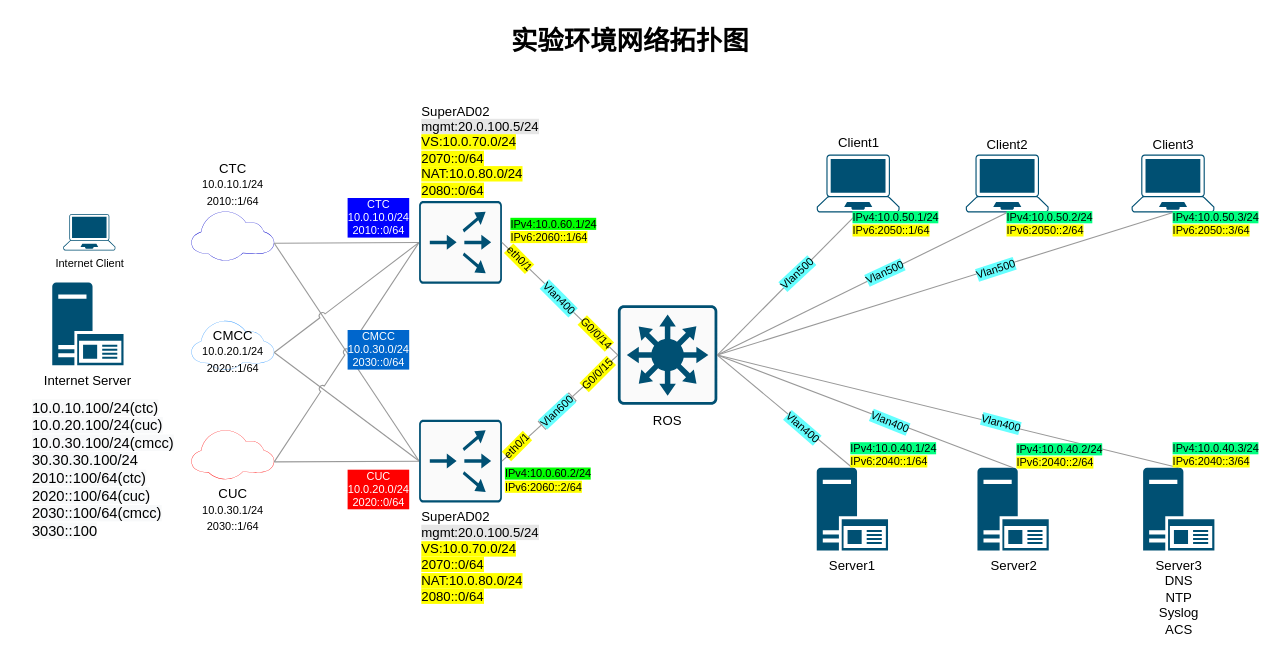
Above: page "测试环境网络拓扑图" (1 of 5) of Untitled Diagram.drawio in ahhfltj/cloud (draw.io), before the change. Source tidied: cells renumbered, new cells numbered last; positions are measured from the earlier drawing's top-left corner, leaving out a move shared by most shapes. Both pictures are drawn from the tidied source at 110%, with x=0, y=0 at pixel (19, 19).
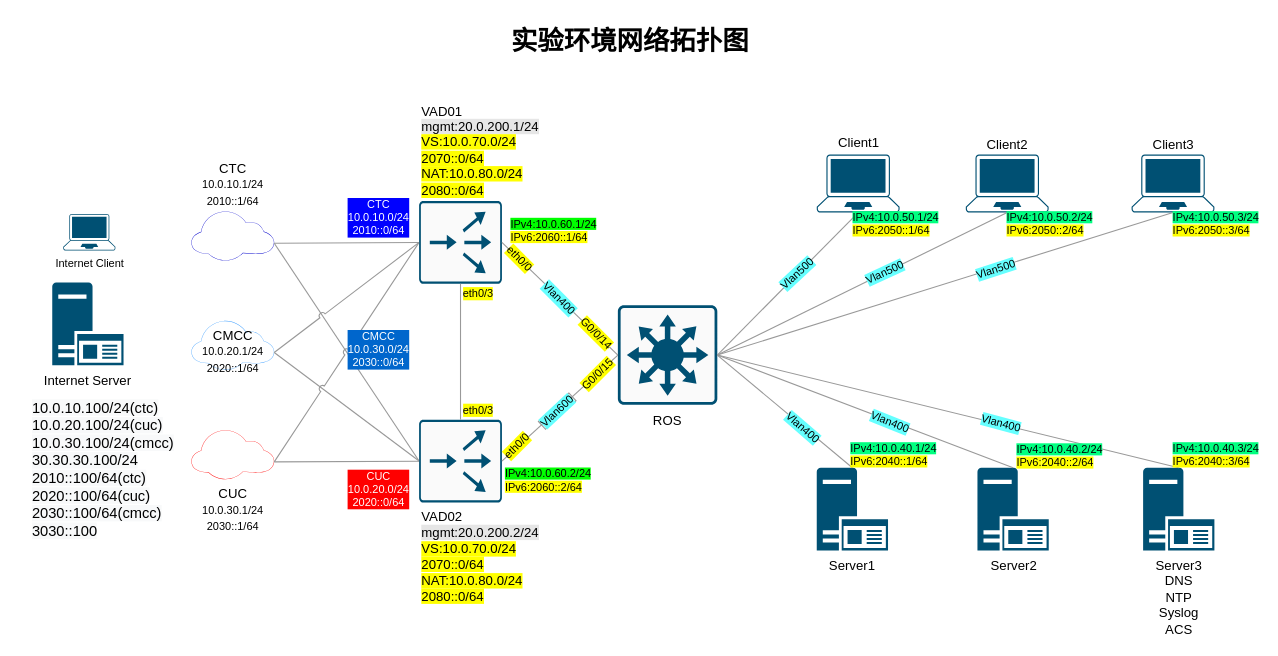
After the change.

The change refers to these unchanged cells:
```xml
<mxCell id="6" style="group;" parent="1" vertex="1">
  <mxGeometry x="107.4" y="123" width="1006.1" height="360" as="geometry" />
</mxCell>
```

What changed in the source:
```diff
@@
-    <mxCell id="14" value="SuperAD02&lt;br&gt;&lt;span style=&quot;background-color: rgb(230 , 230 , 230)&quot;&gt;mgmt:20.0.100.5/24&lt;/span&gt;&lt;br&gt;&lt;span style=&quot;background-color: rgb(255 , 255 , 0)&quot;&gt;VS:10.0.70.0/24&lt;/span&gt;&lt;div&gt;&lt;span style=&quot;background-color: rgb(255 , 255 , 0)&quot;&gt;2070::0/64&lt;/span&gt;&lt;/div&gt;&lt;span style=&quot;background-color: rgb(255 , 255 , 0)&quot;&gt;NAT:10.0.80.0/24&lt;/span&gt;&lt;div&gt;&lt;span style=&quot;background-color: rgb(255 , 255 , 0)&quot;&gt;2080::0/64&lt;/span&gt;&lt;/div&gt;" style="points=[[0.015,0.015,0],[0.985,0.015,0],[0.985,0.985,0],[0.015,0.985,0],[0.25,0,0],[0.5,0,0],[0.75,0,0],[1,0.25,0],[1,0.5,0],[1,0.75,0],[0.75,1,0],[0.5,1,0],[0.25,1,0],[0,0.75,0],[0,0.5,0],[0,0.25,0]];verticalLabelPosition=bottom;html=1;verticalAlign=top;align=left;shape=mxgraph.cisco19.rect;prIcon=content_router;fillColor=#FAFAFA;strokeColor=#005073;" parent="6" vertex="1">
+    <mxCell id="14" value="VAD02&lt;br&gt;&lt;span style=&quot;background-color: rgb(230 , 230 , 230)&quot;&gt;mgmt:20.0.200.2/24&lt;/span&gt;&lt;br&gt;&lt;span style=&quot;background-color: rgb(255 , 255 , 0)&quot;&gt;VS:10.0.70.0/24&lt;/span&gt;&lt;div&gt;&lt;span style=&quot;background-color: rgb(255 , 255 , 0)&quot;&gt;2070::0/64&lt;/span&gt;&lt;/div&gt;&lt;span style=&quot;background-color: rgb(255 , 255 , 0)&quot;&gt;NAT:10.0.80.0/24&lt;/span&gt;&lt;div&gt;&lt;span style=&quot;background-color: rgb(255 , 255 , 0)&quot;&gt;2080::0/64&lt;/span&gt;&lt;/div&gt;" style="points=[[0.015,0.015,0],[0.985,0.015,0],[0.985,0.985,0],[0.015,0.985,0],[0.25,0,0],[0.5,0,0],[0.75,0,0],[1,0.25,0],[1,0.5,0],[1,0.75,0],[0.75,1,0],[0.5,1,0],[0.25,1,0],[0,0.75,0],[0,0.5,0],[0,0.25,0]];verticalLabelPosition=bottom;html=1;verticalAlign=top;align=left;shape=mxgraph.cisco19.rect;prIcon=content_router;fillColor=#FAFAFA;strokeColor=#005073;" parent="6" vertex="1">
       <mxGeometry x="256.1" y="241" width="75.3" height="75.3" as="geometry" />
     </mxCell>
@@
-    <mxCell id="31" value="&lt;span&gt;SuperAD02&lt;/span&gt;&lt;br&gt;&lt;span style=&quot;background-color: rgb(230 , 230 , 230)&quot;&gt;mgmt:20.0.100.5/24&lt;/span&gt;&lt;br&gt;&lt;span style=&quot;background-color: rgb(255 , 255 , 0)&quot;&gt;VS:10.0.70.0/24&lt;/span&gt;&lt;div&gt;&lt;span style=&quot;background-color: rgb(255 , 255 , 0)&quot;&gt;2070::0/64&lt;/span&gt;&lt;/div&gt;&lt;span style=&quot;background-color: rgb(255 , 255 , 0)&quot;&gt;NAT:10.0.80.0/24&lt;/span&gt;&lt;div&gt;&lt;div&gt;&lt;span style=&quot;background-color: rgb(255 , 255 , 0)&quot;&gt;2080::0/64&lt;/span&gt;&lt;/div&gt;&lt;/div&gt;" style="points=[[0.015,0.015,0],[0.985,0.015,0],[0.985,0.985,0],[0.015,0.985,0],[0.25,0,0],[0.5,0,0],[0.75,0,0],[1,0.25,0],[1,0.5,0],[1,0.75,0],[0.75,1,0],[0.5,1,0],[0.25,1,0],[0,0.75,0],[0,0.5,0],[0,0.25,0]];verticalLabelPosition=top;html=1;verticalAlign=bottom;align=left;shape=mxgraph.cisco19.rect;prIcon=content_router;fillColor=#FAFAFA;strokeColor=#005073;" parent="6" vertex="1">
+    <mxCell id="31" value="&lt;span&gt;VAD01&lt;/span&gt;&lt;br&gt;&lt;span style=&quot;background-color: rgb(230 , 230 , 230)&quot;&gt;mgmt:20.0.200.1/24&lt;/span&gt;&lt;br&gt;&lt;span style=&quot;background-color: rgb(255 , 255 , 0)&quot;&gt;VS:10.0.70.0/24&lt;/span&gt;&lt;div&gt;&lt;span style=&quot;background-color: rgb(255 , 255 , 0)&quot;&gt;2070::0/64&lt;/span&gt;&lt;/div&gt;&lt;span style=&quot;background-color: rgb(255 , 255 , 0)&quot;&gt;NAT:10.0.80.0/24&lt;/span&gt;&lt;div&gt;&lt;div&gt;&lt;span style=&quot;background-color: rgb(255 , 255 , 0)&quot;&gt;2080::0/64&lt;/span&gt;&lt;/div&gt;&lt;/div&gt;" style="points=[[0.015,0.015,0],[0.985,0.015,0],[0.985,0.985,0],[0.015,0.985,0],[0.25,0,0],[0.5,0,0],[0.75,0,0],[1,0.25,0],[1,0.5,0],[1,0.75,0],[0.75,1,0],[0.5,1,0],[0.25,1,0],[0,0.75,0],[0,0.5,0],[0,0.25,0]];verticalLabelPosition=top;html=1;verticalAlign=bottom;align=left;shape=mxgraph.cisco19.rect;prIcon=content_router;fillColor=#FAFAFA;strokeColor=#005073;" parent="6" vertex="1">
       <mxGeometry x="256.1" y="42.2" width="75.3" height="75.3" as="geometry" />
     </mxCell>
@@
-    <mxCell id="46" value="&lt;div style=&quot;font-size: 10px&quot;&gt;eth0/1&lt;/div&gt;" style="text;whiteSpace=wrap;html=1;horizontal=0;align=center;verticalAlign=middle;labelBackgroundColor=#FFFF00;fontSize=10;rotation=45;" parent="6" vertex="1">
+    <mxCell id="46" value="&lt;div style=&quot;font-size: 10px&quot;&gt;eth0/0&lt;/div&gt;" style="text;whiteSpace=wrap;html=1;horizontal=0;align=center;verticalAlign=middle;labelBackgroundColor=#FFFF00;fontSize=10;rotation=45;" parent="6" vertex="1">
       <mxGeometry x="337.1" y="253.8" width="15.2" height="22.7" as="geometry" />
     </mxCell>
-    <mxCell id="47" value="&lt;div style=&quot;font-size: 10px&quot;&gt;eth0/1&lt;/div&gt;" style="text;whiteSpace=wrap;html=1;horizontal=0;align=center;verticalAlign=middle;labelBackgroundColor=#FFFF00;fontSize=10;rotation=135;" parent="6" vertex="1">
+    <mxCell id="47" value="&lt;div style=&quot;font-size: 10px&quot;&gt;eth0/0&lt;/div&gt;" style="text;whiteSpace=wrap;html=1;horizontal=0;align=center;verticalAlign=middle;labelBackgroundColor=#FFFF00;fontSize=10;rotation=135;" parent="6" vertex="1">
       <mxGeometry x="339.9" y="83.1" width="15.2" height="22.7" as="geometry" />
     </mxCell>
@@
+    <mxCell id="57" style="edgeStyle=none;rounded=0;jettySize=auto;html=1;endArrow=none;endFill=0;strokeWidth=1;exitX=0.5;exitY=1;exitDx=0;exitDy=0;exitPerimeter=0;strokeColor=#999999;jumpStyle=arc;" parent="6" edge="1" source="31" target="14">
+      <mxGeometry relative="1" as="geometry" />
+    </mxCell>
+    <mxCell id="58" value="&lt;div style=&quot;font-size: 10px&quot;&gt;eth0/3&lt;/div&gt;" style="text;whiteSpace=wrap;html=1;horizontal=0;align=center;verticalAlign=middle;labelBackgroundColor=#FFFF00;fontSize=10;rotation=90;" parent="6" vertex="1">
+      <mxGeometry x="302.6" y="114.3" width="15.2" height="22.7" as="geometry" />
+    </mxCell>
+    <mxCell id="59" value="&lt;div style=&quot;font-size: 10px&quot;&gt;eth0/3&lt;/div&gt;" style="text;whiteSpace=wrap;html=1;horizontal=0;align=center;verticalAlign=middle;labelBackgroundColor=#FFFF00;fontSize=10;rotation=90;" parent="6" vertex="1">
+      <mxGeometry x="302.6" y="220.2" width="15.2" height="22.7" as="geometry" />
+    </mxCell>
```
